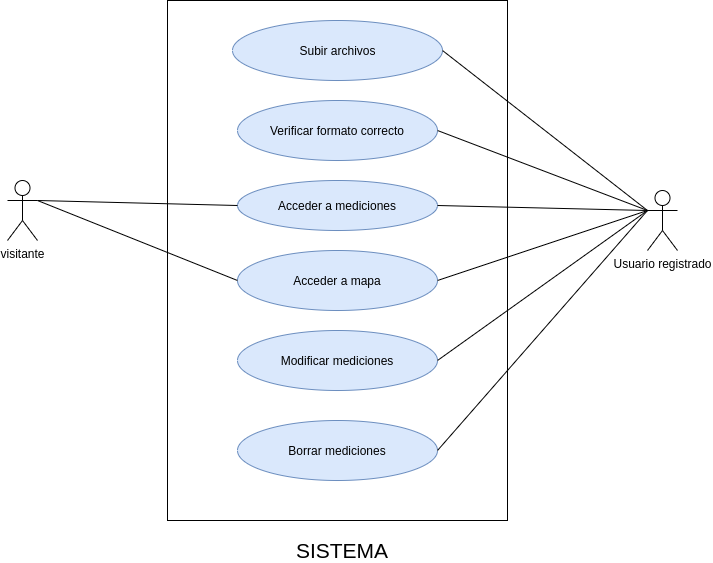
This is documentacion/fotos/Diagrama casos de uso.png from pcerezo/tfgApp, a draw.io export, as it was before one commit. Source tidied: cells renumbered, new cells last; positions are measured from the earlier drawing's top-left corner, leaving out a move shared by most shapes. Its diagram source:
```xml
<mxGraphModel>
  <root>
    <mxCell id="0" />
    <mxCell id="1" parent="0" />
    <mxCell id="2" style="rounded=0;whiteSpace=wrap;html=1;" parent="1" vertex="1">
      <mxGeometry x="160" width="340" height="520" as="geometry" />
    </mxCell>
    <mxCell id="3" value="visitante" style="shape=umlActor;verticalLabelPosition=bottom;verticalAlign=top;html=1;outlineConnect=0;" parent="1" vertex="1">
      <mxGeometry y="180" width="30" height="60" as="geometry" />
    </mxCell>
    <mxCell id="4" style="ellipse;whiteSpace=wrap;html=1;fillColor=#dae8fc;strokeColor=#6c8ebf;" parent="1" vertex="1">
      <mxGeometry x="225" y="20" width="210" height="60" as="geometry" />
    </mxCell>
    <mxCell id="5" value="Subir archivos" style="text;html=1;align=center;verticalAlign=middle;fillColor=none;strokeColor=none;rounded=0;" parent="1" vertex="1">
      <mxGeometry x="285" y="40" width="90" height="20" as="geometry" />
    </mxCell>
    <mxCell id="6" style="endArrow=none;html=1;entryX=0;entryY=0.3333333333333333;entryDx=0;entryDy=0;entryPerimeter=0;exitX=1;exitY=0.5;exitDx=0;exitDy=0;" parent="1" edge="1" source="4" target="7">
      <mxGeometry relative="1" as="geometry" />
    </mxCell>
    <mxCell id="7" value="Usuario registrado" style="shape=umlActor;verticalLabelPosition=bottom;verticalAlign=top;html=1;outlineConnect=0;" parent="1" vertex="1">
      <mxGeometry x="640" y="190" width="30" height="60" as="geometry" />
    </mxCell>
    <mxCell id="8" value="Verificar formato correcto" style="ellipse;whiteSpace=wrap;html=1;fillColor=#dae8fc;strokeColor=#6c8ebf;" parent="1" vertex="1">
      <mxGeometry x="230" y="100" width="200" height="60" as="geometry" />
    </mxCell>
    <mxCell id="9" value="Acceder a mediciones" style="ellipse;whiteSpace=wrap;html=1;fillColor=#dae8fc;strokeColor=#6c8ebf;" parent="1" vertex="1">
      <mxGeometry x="230" y="180" width="200" height="50" as="geometry" />
    </mxCell>
    <mxCell id="10" value="Modificar mediciones" style="ellipse;whiteSpace=wrap;html=1;fillColor=#dae8fc;strokeColor=#6c8ebf;" parent="1" vertex="1">
      <mxGeometry x="230" y="330" width="200" height="60" as="geometry" />
    </mxCell>
    <mxCell id="11" value="Borrar mediciones" style="ellipse;whiteSpace=wrap;html=1;fillColor=#dae8fc;strokeColor=#6c8ebf;" parent="1" vertex="1">
      <mxGeometry x="230" y="420" width="200" height="60" as="geometry" />
    </mxCell>
    <mxCell id="12" style="endArrow=none;html=1;entryX=0;entryY=0.5;entryDx=0;entryDy=0;exitX=1;exitY=0.3333333333333333;exitDx=0;exitDy=0;exitPerimeter=0;" parent="1" edge="1" source="3" target="9">
      <mxGeometry relative="1" as="geometry" />
    </mxCell>
    <mxCell id="13" style="endArrow=none;html=1;exitX=1;exitY=0.5;exitDx=0;exitDy=0;entryX=0;entryY=0.3333333333333333;entryDx=0;entryDy=0;entryPerimeter=0;" parent="1" edge="1" source="8" target="7">
      <mxGeometry relative="1" as="geometry" />
    </mxCell>
    <mxCell id="14" style="endArrow=none;html=1;exitX=1;exitY=0.5;exitDx=0;exitDy=0;entryX=0;entryY=0.3333333333333333;entryDx=0;entryDy=0;entryPerimeter=0;" parent="1" edge="1" source="9" target="7">
      <mxGeometry relative="1" as="geometry" />
    </mxCell>
    <mxCell id="15" style="endArrow=none;html=1;entryX=0;entryY=0.3333333333333333;entryDx=0;entryDy=0;entryPerimeter=0;exitX=1;exitY=0.5;exitDx=0;exitDy=0;" parent="1" edge="1" source="10" target="7">
      <mxGeometry relative="1" as="geometry" />
    </mxCell>
    <mxCell id="16" style="endArrow=none;html=1;entryX=0;entryY=0.3333333333333333;entryDx=0;entryDy=0;entryPerimeter=0;exitX=1;exitY=0.5;exitDx=0;exitDy=0;" parent="1" edge="1" source="11" target="7">
      <mxGeometry relative="1" as="geometry" />
    </mxCell>
    <mxCell id="17" value="Acceder a mapa" style="ellipse;whiteSpace=wrap;html=1;fillColor=#dae8fc;strokeColor=#6c8ebf;" parent="1" vertex="1">
      <mxGeometry x="230" y="250" width="200" height="60" as="geometry" />
    </mxCell>
    <mxCell id="18" style="endArrow=none;html=1;entryX=0;entryY=0.5;entryDx=0;entryDy=0;exitX=1;exitY=0.3333333333333333;exitDx=0;exitDy=0;exitPerimeter=0;" parent="1" edge="1" source="3" target="17">
      <mxGeometry relative="1" as="geometry" />
    </mxCell>
    <mxCell id="19" style="endArrow=none;html=1;exitX=1;exitY=0.5;exitDx=0;exitDy=0;entryX=0;entryY=0.3333333333333333;entryDx=0;entryDy=0;entryPerimeter=0;" parent="1" edge="1" source="17" target="7">
      <mxGeometry relative="1" as="geometry" />
    </mxCell>
    <mxCell id="20" value="SISTEMA" style="text;html=1;strokeColor=none;fillColor=none;align=center;verticalAlign=middle;whiteSpace=wrap;rounded=0;fontSize=21;" parent="1" vertex="1">
      <mxGeometry x="295" y="540" width="80" height="20" as="geometry" />
    </mxCell>
  </root>
</mxGraphModel>
```
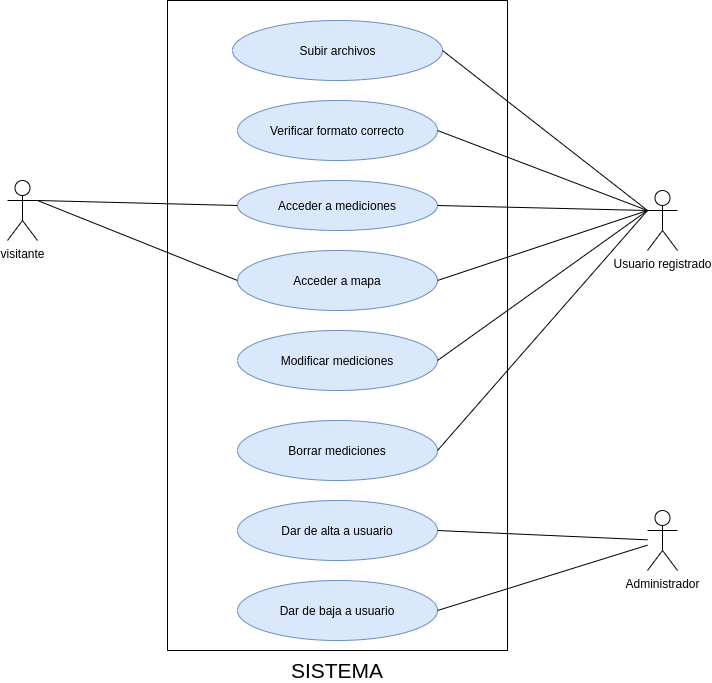
After the change.

Commit message:
añadido diagrama de secuencia

Change to the diagram source:
```diff
@@ -3,7 +3,7 @@
     <mxCell id="0" />
     <mxCell id="1" parent="0" />
     <mxCell id="2" style="rounded=0;whiteSpace=wrap;html=1;" parent="1" vertex="1">
-      <mxGeometry x="160" width="340" height="520" as="geometry" />
+      <mxGeometry x="160" width="340" height="650" as="geometry" />
     </mxCell>
     <mxCell id="3" value="visitante" style="shape=umlActor;verticalLabelPosition=bottom;verticalAlign=top;html=1;outlineConnect=0;" parent="1" vertex="1">
       <mxGeometry y="180" width="30" height="60" as="geometry" />
@@ -57,7 +57,22 @@
       <mxGeometry relative="1" as="geometry" />
     </mxCell>
     <mxCell id="20" value="SISTEMA" style="text;html=1;strokeColor=none;fillColor=none;align=center;verticalAlign=middle;whiteSpace=wrap;rounded=0;fontSize=21;" parent="1" vertex="1">
-      <mxGeometry x="295" y="540" width="80" height="20" as="geometry" />
+      <mxGeometry x="290" y="660" width="80" height="20" as="geometry" />
     </mxCell>
+    <mxCell id="21" value="Dar de alta a usuario" style="ellipse;whiteSpace=wrap;html=1;fillColor=#dae8fc;strokeColor=#6c8ebf;" parent="1" vertex="1">
+      <mxGeometry x="230" y="500" width="200" height="60" as="geometry" />
+    </mxCell>
+    <mxCell id="22" value="Administrador" style="shape=umlActor;verticalLabelPosition=bottom;verticalAlign=top;html=1;outlineConnect=0;" parent="1" vertex="1">
+      <mxGeometry x="640" y="510" width="30" height="60" as="geometry" />
+    </mxCell>
+    <mxCell id="23" style="endArrow=none;html=1;exitX=1;exitY=0.5;exitDx=0;exitDy=0;" parent="1" edge="1" source="21" target="22">
+      <mxGeometry relative="1" as="geometry" />
+    </mxCell>
+    <mxCell id="24" value="Dar de baja a usuario" style="ellipse;whiteSpace=wrap;html=1;fillColor=#dae8fc;strokeColor=#6c8ebf;" parent="1" vertex="1">
+      <mxGeometry x="230" y="580" width="200" height="60" as="geometry" />
+    </mxCell>
+    <mxCell id="25" style="endArrow=none;html=1;exitX=1;exitY=0.5;exitDx=0;exitDy=0;" parent="1" edge="1" source="24" target="22">
+      <mxGeometry relative="1" as="geometry" />
+    </mxCell>
   </root>
 </mxGraphModel>
```
